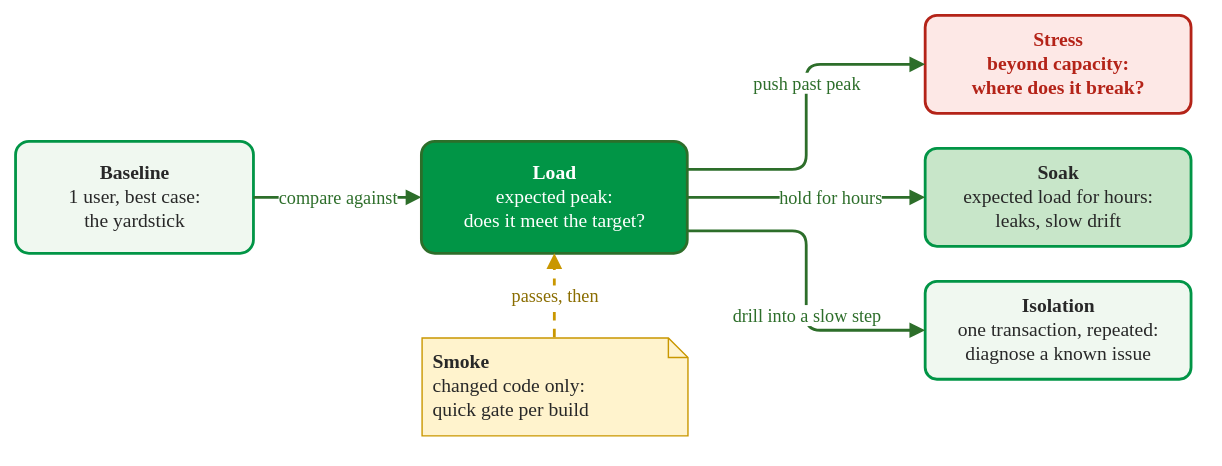
Above: content/attributes/performance/test-types.svg in sqrbok/sqrbok-preview (draw.io), before the change. Source tidied: cells renumbered, new cells last; positions are measured from the earlier drawing's top-left corner, leaving out a move shared by most shapes.
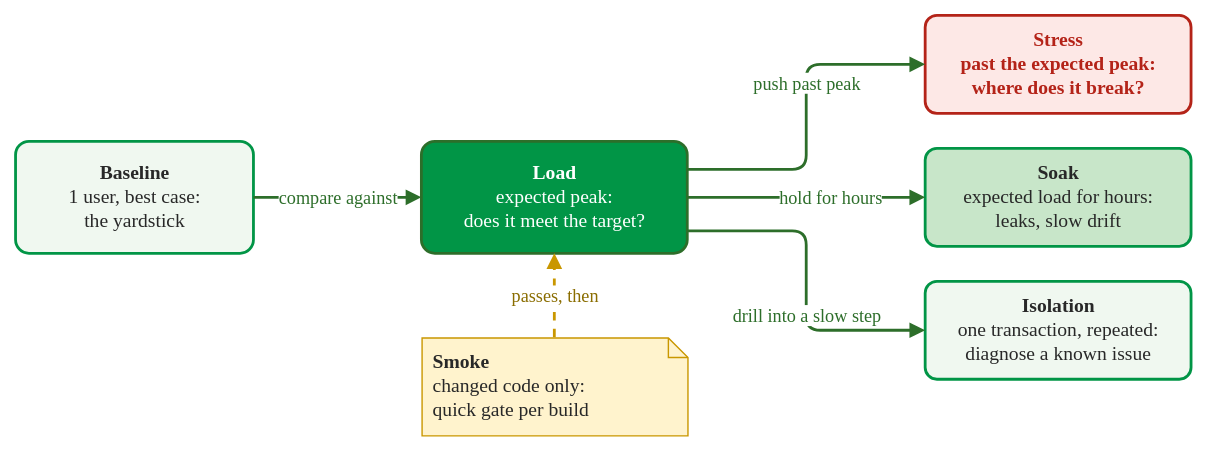
Above is the later version.

What changed in the source:
```diff
@@ -8,7 +8,7 @@
     <mxCell id="3" value="&lt;b&gt;Load&lt;/b&gt;&lt;br&gt;expected peak:&lt;br&gt;does it meet the target?" style="rounded=1;whiteSpace=wrap;html=1;arcSize=12;fillColor=#019546;strokeColor=#2D6E2A;strokeWidth=2;fontColor=#FFFFFF;fontStyle=1;fontFamily=Tahoma;fontSize=14;fontStyle=0;" parent="1" vertex="1">
       <mxGeometry x="290" y="90" width="190" height="80" as="geometry" />
     </mxCell>
-    <mxCell id="4" value="&lt;b&gt;Stress&lt;/b&gt;&lt;br&gt;beyond capacity:&lt;br&gt;where does it break?" style="rounded=1;whiteSpace=wrap;html=1;arcSize=12;fillColor=#fde8e6;strokeColor=#b42318;strokeWidth=2;fontColor=#b42318;fontStyle=1;fontFamily=Tahoma;fontSize=14;" parent="1" vertex="1">
+    <mxCell id="4" value="&lt;b&gt;Stress&lt;/b&gt;&lt;br&gt;past the expected peak:&lt;br&gt;where does it break?" style="rounded=1;whiteSpace=wrap;html=1;arcSize=12;fillColor=#fde8e6;strokeColor=#b42318;strokeWidth=2;fontColor=#b42318;fontStyle=1;fontFamily=Tahoma;fontSize=14;" parent="1" vertex="1">
       <mxGeometry x="650" width="190" height="70" as="geometry" />
     </mxCell>
     <mxCell id="5" value="&lt;b&gt;Soak&lt;/b&gt;&lt;br&gt;expected load for hours:&lt;br&gt;leaks, slow drift" style="rounded=1;whiteSpace=wrap;html=1;arcSize=12;fillColor=#c8e6c9;strokeColor=#019546;strokeWidth=2;fontColor=#282828;fontFamily=Tahoma;fontSize=14;" parent="1" vertex="1">
```
